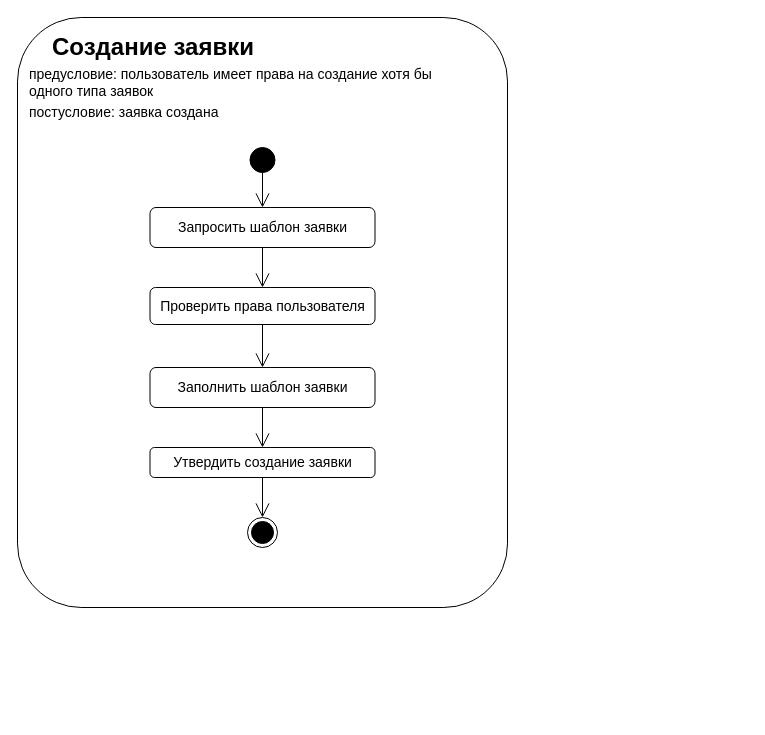
The draw.io diagram docs/SAD/create-task-uc-view.drawio in black-jack-j/jurassiccrm, before the edit. Source tidied: cells renumbered, new cells numbered last; positions are measured from the earlier drawing's top-left corner, leaving out a move shared by most shapes. Both pictures are drawn from the tidied source at 100%, with x=0, y=0 at pixel (17, 17).
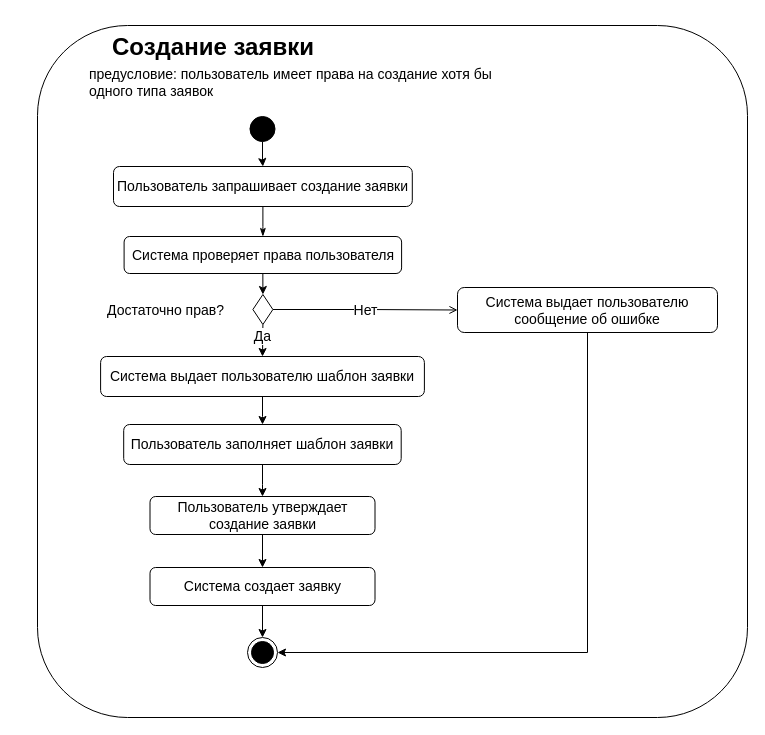
After the change.

Diff of the diagram source:
```diff
@@
     <mxCell id="2" style="rounded=1;whiteSpace=wrap;html=1;strokeColor=#000000;arcSize=13;" parent="1" vertex="1">
-      <mxGeometry width="490" height="590" as="geometry" />
+      <mxGeometry x="20" y="8" width="710" height="692" as="geometry" />
     </mxCell>
     <mxCell id="3" value="&lt;h1&gt;Создание заявки&lt;/h1&gt;" style="text;html=1;strokeColor=none;fillColor=none;spacing=5;spacingTop=-20;whiteSpace=wrap;overflow=hidden;rounded=0;" parent="1" vertex="1">
-      <mxGeometry x="30" y="10" width="260" height="40" as="geometry" />
+      <mxGeometry x="90" y="10" width="260" height="40" as="geometry" />
     </mxCell>
     <mxCell id="4" value="предусловие: пользователь имеет права на создание хотя бы одного типа заявок" style="text;html=1;strokeColor=none;fillColor=none;align=left;verticalAlign=middle;whiteSpace=wrap;rounded=0;fontSize=14;" parent="1" vertex="1">
-      <mxGeometry x="10" y="50" width="430" height="30" as="geometry" />
+      <mxGeometry x="70" y="50" width="430" height="30" as="geometry" />
     </mxCell>
-    <mxCell id="5" value="постусловие: заявка создана" style="text;html=1;strokeColor=none;fillColor=none;align=left;verticalAlign=middle;whiteSpace=wrap;rounded=0;fontSize=14;" parent="1" vertex="1">
-      <mxGeometry x="10" y="80" width="430" height="30" as="geometry" />
-    </mxCell>
-    <mxCell id="6" style="edgeStyle=orthogonalEdgeStyle;rounded=0;jettySize=auto;html=1;fontSize=14;strokeColor=#000000;endArrow=open;endFill=0;startSize=6;endSize=12;" parent="1" edge="1" source="7" target="9">
+    <mxCell id="6" style="edgeStyle=orthogonalEdgeStyle;rounded=0;jettySize=auto;html=1;fontSize=14;strokeColor=#000000;endArrow=classic;endFill=1;startSize=6;endSize=6;" parent="1" edge="1" source="7" target="9">
       <mxGeometry relative="1" as="geometry" />
     </mxCell>
     <mxCell id="7" style="ellipse;whiteSpace=wrap;html=1;fontSize=14;strokeColor=#000000;align=left;fillColor=#000000;" parent="1" vertex="1">
-      <mxGeometry x="232.5" y="130" width="25" height="25" as="geometry" />
+      <mxGeometry x="232.5" y="99" width="25" height="25" as="geometry" />
     </mxCell>
-    <mxCell id="8" style="edgeStyle=orthogonalEdgeStyle;rounded=0;jettySize=auto;html=1;fontSize=14;endArrow=open;endFill=0;startSize=6;endSize=12;strokeColor=#000000;" parent="1" edge="1" source="9" target="11">
+    <mxCell id="8" style="edgeStyle=orthogonalEdgeStyle;rounded=0;jettySize=auto;html=1;fontSize=14;endArrow=classicThin;endFill=1;startSize=6;endSize=6;strokeColor=#000000;" parent="1" edge="1" source="9" target="11">
       <mxGeometry relative="1" as="geometry" />
     </mxCell>
-    <mxCell id="9" value="Запросить шаблон заявки" style="rounded=1;whiteSpace=wrap;html=1;fontSize=14;strokeColor=#000000;align=center;" parent="1" vertex="1">
-      <mxGeometry x="132.5" y="190" width="225" height="40" as="geometry" />
+    <mxCell id="9" value="Пользователь запрашивает создание заявки" style="rounded=1;whiteSpace=wrap;html=1;fontSize=14;strokeColor=#000000;align=center;" parent="1" vertex="1">
+      <mxGeometry x="96" y="149" width="298.8" height="40" as="geometry" />
     </mxCell>
-    <mxCell id="10" style="edgeStyle=orthogonalEdgeStyle;rounded=0;jettySize=auto;html=1;fontSize=14;endArrow=open;endFill=0;startSize=6;endSize=12;strokeColor=#000000;" parent="1" edge="1" source="11" target="13">
+    <mxCell id="10" value="Нет" style="edgeStyle=orthogonalEdgeStyle;rounded=0;jettySize=auto;html=1;fontSize=14;endArrow=open;endFill=0;startSize=6;endSize=6;strokeColor=#000000;entryX=0;entryY=0.5;entryDx=0;entryDy=0;exitX=1;exitY=0.5;exitDx=0;exitDy=0;" parent="1" edge="1" source="23" target="20">
       <mxGeometry relative="1" as="geometry" />
     </mxCell>
+    <mxCell id="17" style="edgeStyle=orthogonalEdgeStyle;rounded=0;jettySize=auto;html=1;exitX=0.5;exitY=1;exitDx=0;exitDy=0;entryX=0.5;entryY=0;entryDx=0;entryDy=0;" parent="1" edge="1" source="11" target="23">
+      <mxGeometry relative="1" as="geometry" />
+    </mxCell>
-    <mxCell id="11" value="Проверить права пользователя" style="rounded=1;whiteSpace=wrap;html=1;fontSize=14;strokeColor=#000000;align=center;" parent="1" vertex="1">
-      <mxGeometry x="132.5" y="270" width="225" height="37" as="geometry" />
+    <mxCell id="11" value="Система проверяет права пользователя" style="rounded=1;whiteSpace=wrap;html=1;fontSize=14;strokeColor=#000000;align=center;" parent="1" vertex="1">
+      <mxGeometry x="106.6" y="219" width="277.5" height="37" as="geometry" />
     </mxCell>
-    <mxCell id="12" style="edgeStyle=orthogonalEdgeStyle;rounded=0;jettySize=auto;html=1;fontSize=14;endArrow=open;endFill=0;startSize=6;endSize=12;strokeColor=#000000;" parent="1" edge="1" source="13" target="15">
+    <mxCell id="12" style="edgeStyle=orthogonalEdgeStyle;rounded=0;jettySize=auto;html=1;fontSize=14;endArrow=classic;endFill=1;startSize=6;endSize=6;strokeColor=#000000;" parent="1" edge="1" source="13" target="15">
       <mxGeometry relative="1" as="geometry" />
     </mxCell>
-    <mxCell id="13" value="Заполнить шаблон заявки" style="rounded=1;whiteSpace=wrap;html=1;fontSize=14;strokeColor=#000000;align=center;spacingTop=0;spacingBottom=0;spacing=2;" parent="1" vertex="1">
-      <mxGeometry x="132.5" y="350" width="225" height="40" as="geometry" />
+    <mxCell id="13" value="Пользователь заполняет шаблон заявки" style="rounded=1;whiteSpace=wrap;html=1;fontSize=14;strokeColor=#000000;align=center;spacingTop=0;spacingBottom=0;spacing=2;" parent="1" vertex="1">
+      <mxGeometry x="106.2" y="407" width="277.5" height="40" as="geometry" />
     </mxCell>
-    <mxCell id="14" style="edgeStyle=orthogonalEdgeStyle;rounded=0;jettySize=auto;html=1;fontSize=14;endArrow=open;endFill=0;startSize=6;endSize=12;strokeColor=#000000;" parent="1" edge="1" source="15" target="16">
-      <mxGeometry relative="1" as="geometry" />
-    </mxCell>
+    <mxCell id="18" style="edgeStyle=orthogonalEdgeStyle;rounded=0;jettySize=auto;html=1;exitX=0.5;exitY=1;exitDx=0;exitDy=0;fontSize=14;endArrow=classic;endFill=1;endSize=6;" parent="1" edge="1" source="15" target="28">
+      <mxGeometry relative="1" as="geometry" />
+    </mxCell>
-    <mxCell id="15" value="Утвердить создание заявки" style="rounded=1;whiteSpace=wrap;html=1;fontSize=14;strokeColor=#000000;align=center;" parent="1" vertex="1">
-      <mxGeometry x="132.5" y="430" width="225" height="30" as="geometry" />
+    <mxCell id="15" value="Пользователь утверждает создание заявки" style="rounded=1;whiteSpace=wrap;html=1;fontSize=14;strokeColor=#000000;align=center;" parent="1" vertex="1">
+      <mxGeometry x="132.5" y="479" width="225" height="38" as="geometry" />
     </mxCell>
     <mxCell id="16" style="ellipse;html=1;shape=endState;fillColor=#000000;strokeColor=#000000;fontSize=14;align=center;" parent="1" vertex="1">
-      <mxGeometry x="230" y="500" width="30" height="30" as="geometry" />
+      <mxGeometry x="230" y="620" width="30" height="30" as="geometry" />
     </mxCell>
+    <mxCell id="19" style="edgeStyle=orthogonalEdgeStyle;rounded=0;jettySize=auto;html=1;entryX=1;entryY=0.5;entryDx=0;entryDy=0;fontSize=14;" parent="1" edge="1" source="20" target="16">
+      <mxGeometry relative="1" as="geometry">
+        <Array as="points">
+          <mxPoint x="570" y="635" />
+        </Array>
+      </mxGeometry>
+    </mxCell>
+    <mxCell id="20" value="Система выдает пользователю сообщение об ошибке" style="rounded=1;whiteSpace=wrap;html=1;fontSize=14;strokeColor=#000000;align=center;" parent="1" vertex="1">
+      <mxGeometry x="440" y="270" width="260" height="45" as="geometry" />
+    </mxCell>
+    <mxCell id="21" style="edgeStyle=orthogonalEdgeStyle;rounded=0;orthogonalLoop=1;jettySize=auto;html=1;exitX=0;exitY=1;exitDx=0;exitDy=0;entryX=0;entryY=0;entryDx=0;entryDy=0;" parent="1" edge="1" source="7" target="7">
+      <mxGeometry relative="1" as="geometry" />
+    </mxCell>
+    <mxCell id="22" value="Да" style="edgeStyle=orthogonalEdgeStyle;rounded=0;jettySize=auto;html=1;exitX=0.5;exitY=1;exitDx=0;exitDy=0;entryX=0.5;entryY=0;entryDx=0;entryDy=0;fontSize=14;" parent="1" edge="1" source="23" target="25">
+      <mxGeometry x="-0.25" relative="1" as="geometry" />
+    </mxCell>
+    <mxCell id="23" style="rhombus;whiteSpace=wrap;html=1;" parent="1" vertex="1">
+      <mxGeometry x="235.4" y="277" width="20" height="30" as="geometry" />
+    </mxCell>
+    <mxCell id="24" style="edgeStyle=orthogonalEdgeStyle;rounded=0;jettySize=auto;html=1;exitX=0.5;exitY=1;exitDx=0;exitDy=0;endArrow=classic;endFill=1;endSize=6;" parent="1" edge="1" source="25" target="13">
+      <mxGeometry relative="1" as="geometry" />
+    </mxCell>
+    <mxCell id="25" value="Система выдает пользователю шаблон заявки" style="rounded=1;whiteSpace=wrap;html=1;fontSize=14;strokeColor=#000000;align=center;spacingTop=0;spacingBottom=0;spacing=2;" parent="1" vertex="1">
+      <mxGeometry x="83.1" y="339" width="323.8" height="40" as="geometry" />
+    </mxCell>
+    <mxCell id="26" value="Достаточно прав?" style="text;html=1;strokeColor=none;fillColor=none;align=center;verticalAlign=middle;whiteSpace=wrap;rounded=0;fontSize=14;" parent="1" vertex="1">
+      <mxGeometry x="80" y="282.5" width="136.6" height="20" as="geometry" />
+    </mxCell>
+    <mxCell id="27" style="edgeStyle=orthogonalEdgeStyle;rounded=0;jettySize=auto;html=1;exitX=0.5;exitY=1;exitDx=0;exitDy=0;fontSize=14;endArrow=classic;endFill=1;endSize=6;" parent="1" edge="1" source="28" target="16">
+      <mxGeometry relative="1" as="geometry" />
+    </mxCell>
+    <mxCell id="28" value="Система создает заявку" style="rounded=1;whiteSpace=wrap;html=1;fontSize=14;strokeColor=#000000;align=center;" parent="1" vertex="1">
+      <mxGeometry x="132.5" y="550" width="225" height="38" as="geometry" />
+    </mxCell>
```
